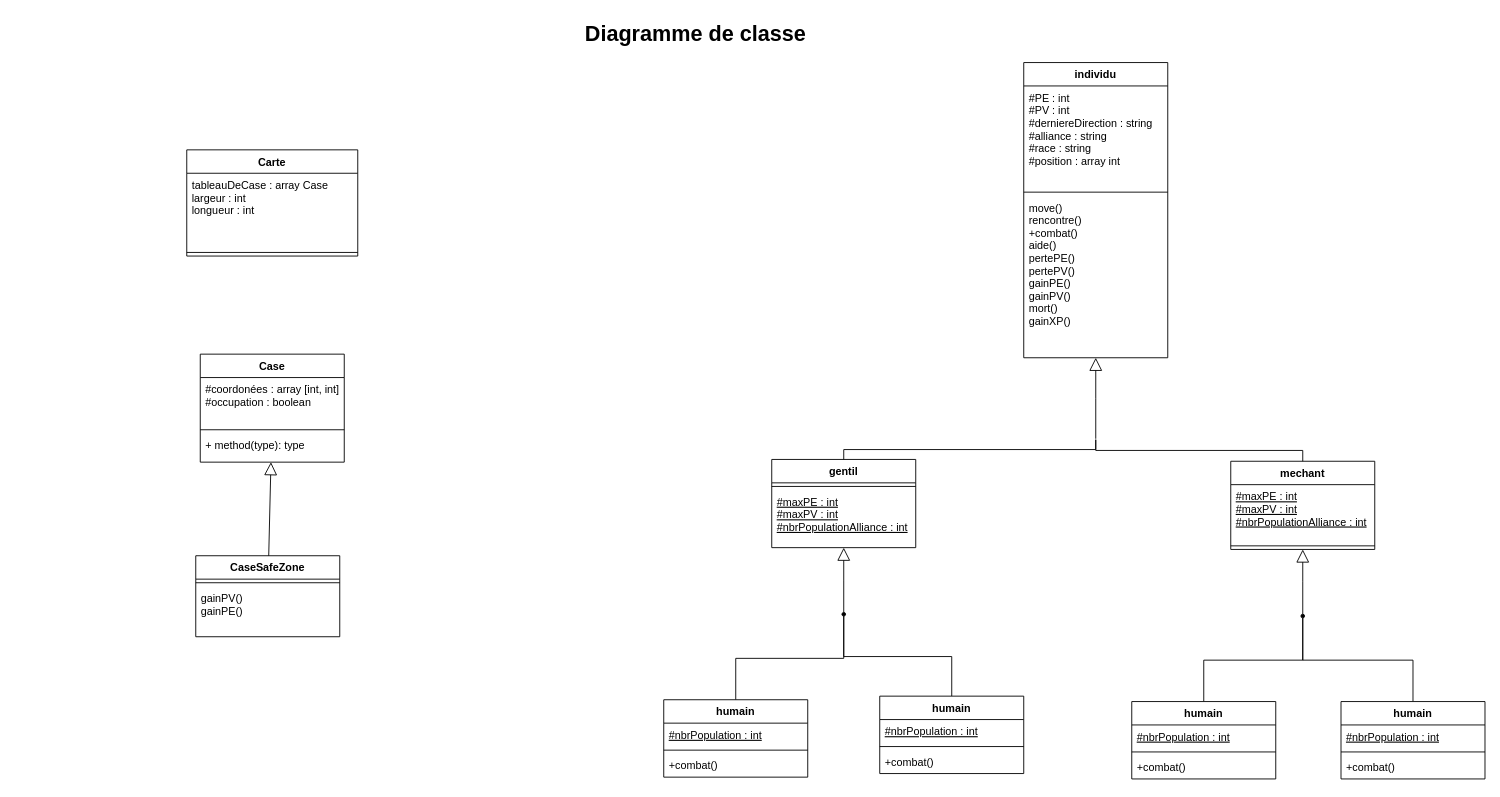
This is diagramme_de_classe.drawio from agenceDEVI/ConceptObjet, a draw.io file, before an edit. Source tidied: cells renumbered, new cells numbered last; positions are measured from the earlier drawing's top-left corner, leaving out a move shared by most shapes. Both pictures are drawn from the tidied source at 90%, with x=0, y=0 at pixel (15, 15).
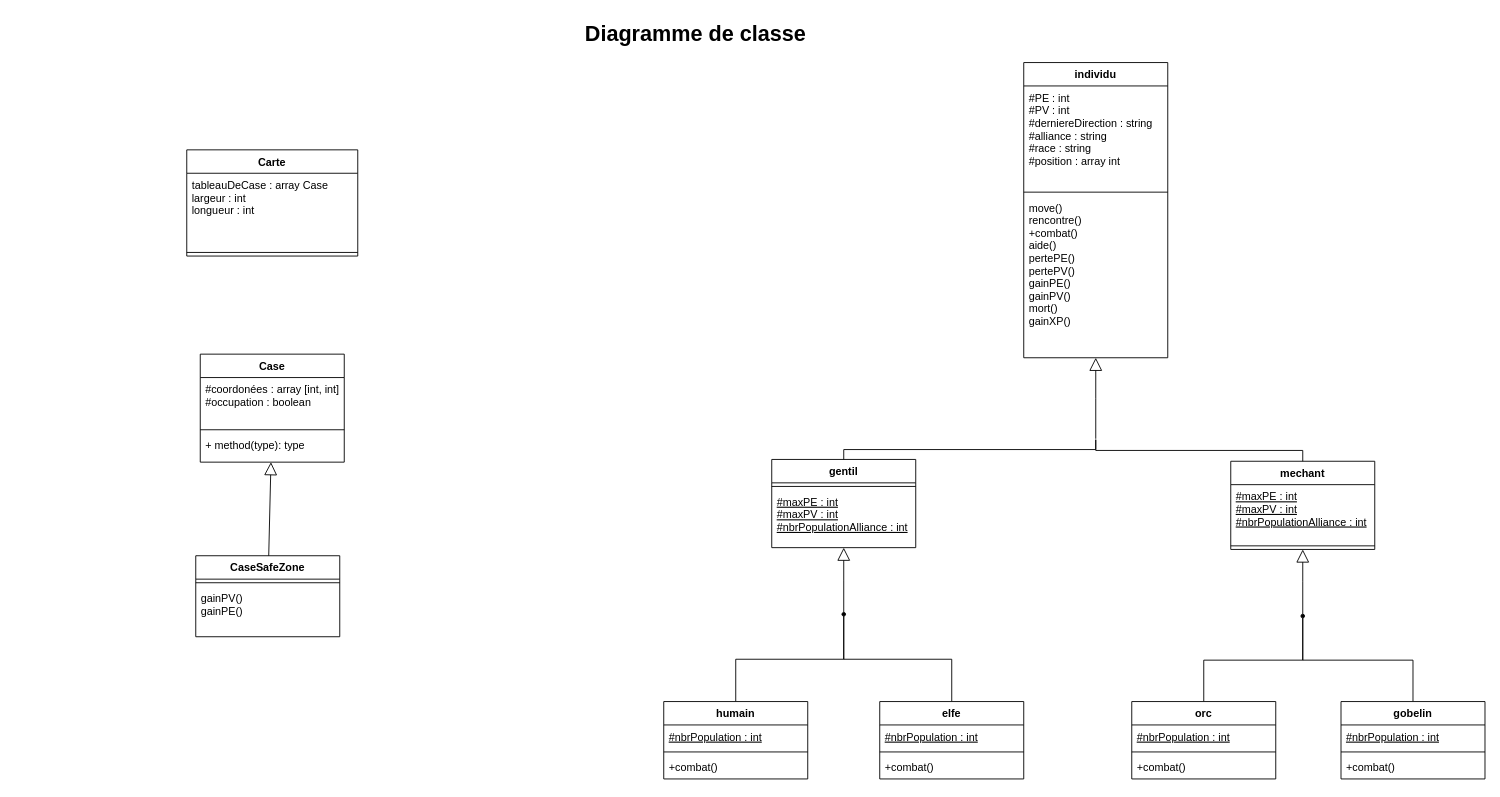
The same diagram, later.

Commit message (it also covers changes not shown here):
fin diagramme etat transi

The edit, as a diff of the source:
```diff
@@
     <mxCell id="24" value="humain" style="swimlane;fontStyle=1;align=center;verticalAlign=top;horizontal=1;startSize=26;" parent="1" vertex="1">
-      <mxGeometry x="720" y="760" width="160" height="86" as="geometry" />
+      <mxGeometry x="720" y="762" width="160" height="86" as="geometry" />
     </mxCell>
@@
-    <mxCell id="28" value="humain" style="swimlane;fontStyle=1;align=center;verticalAlign=top;horizontal=1;startSize=26;" parent="1" vertex="1">
-      <mxGeometry x="960" y="756" width="160" height="86" as="geometry" />
+    <mxCell id="28" value="elfe" style="swimlane;fontStyle=1;align=center;verticalAlign=top;horizontal=1;startSize=26;" parent="1" vertex="1">
+      <mxGeometry x="960" y="762" width="160" height="86" as="geometry" />
     </mxCell>
@@
-    <mxCell id="32" value="humain" style="swimlane;fontStyle=1;align=center;verticalAlign=top;horizontal=1;startSize=26;" parent="1" vertex="1">
+    <mxCell id="32" value="orc" style="swimlane;fontStyle=1;align=center;verticalAlign=top;horizontal=1;startSize=26;" parent="1" vertex="1">
       <mxGeometry x="1240" y="762" width="160" height="86" as="geometry" />
     </mxCell>
@@
-    <mxCell id="36" value="humain" style="swimlane;fontStyle=1;align=center;verticalAlign=top;horizontal=1;startSize=26;" parent="1" vertex="1">
+    <mxCell id="36" value="gobelin" style="swimlane;fontStyle=1;align=center;verticalAlign=top;horizontal=1;startSize=26;" parent="1" vertex="1">
       <mxGeometry x="1472.5" y="762" width="160" height="86" as="geometry" />
     </mxCell>
```
